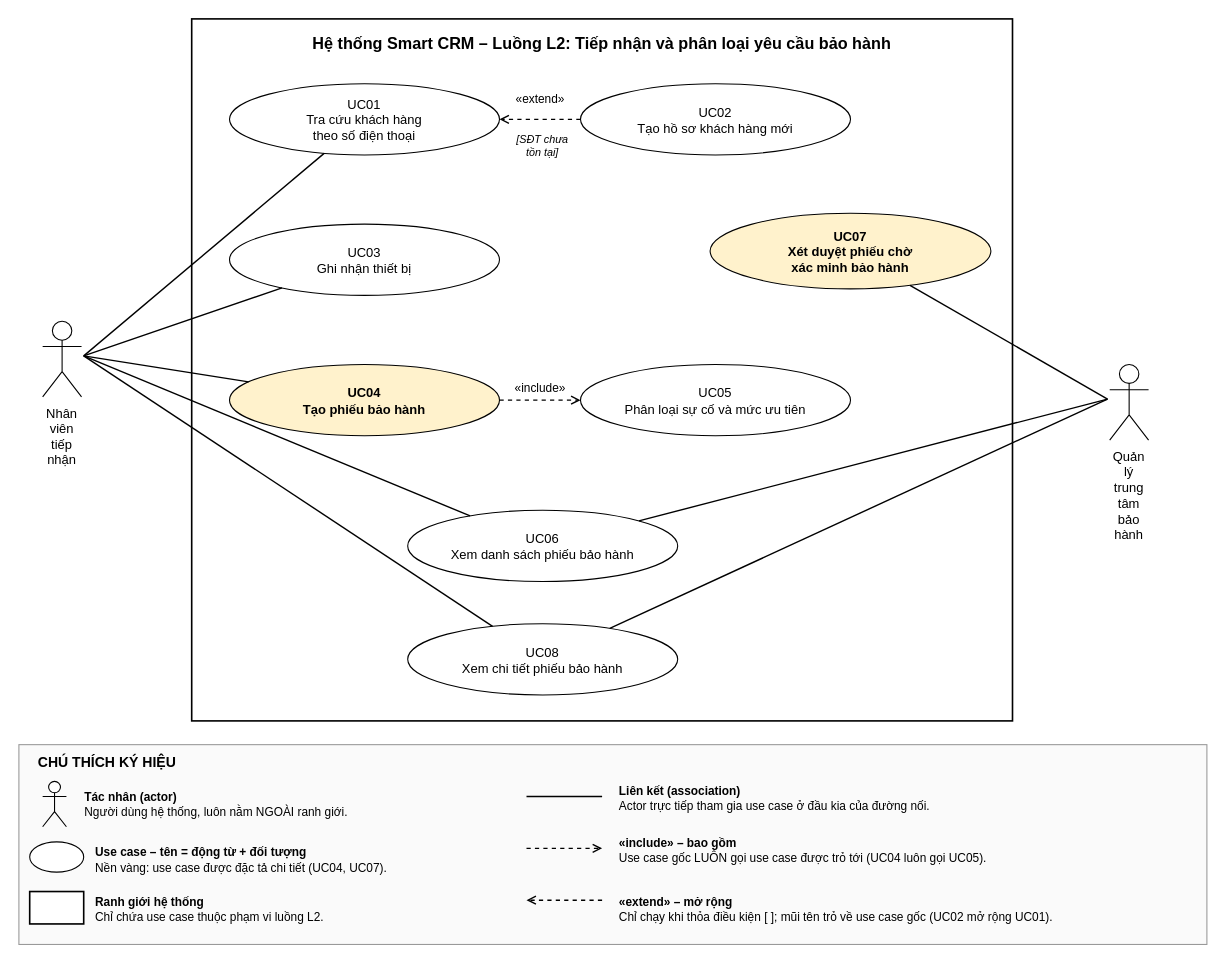
Earlier version of the draw.io diagram docs/usecase.drawio (Htuan0901/cdtn1-nguyenhoangtuan-l2). Source tidied: cells renumbered, new cells numbered last; positions are measured from the earlier drawing's top-left corner, leaving out a move shared by most shapes. Both pictures are drawn from the tidied source at 108%, with x=0, y=0 at pixel (18, 18).
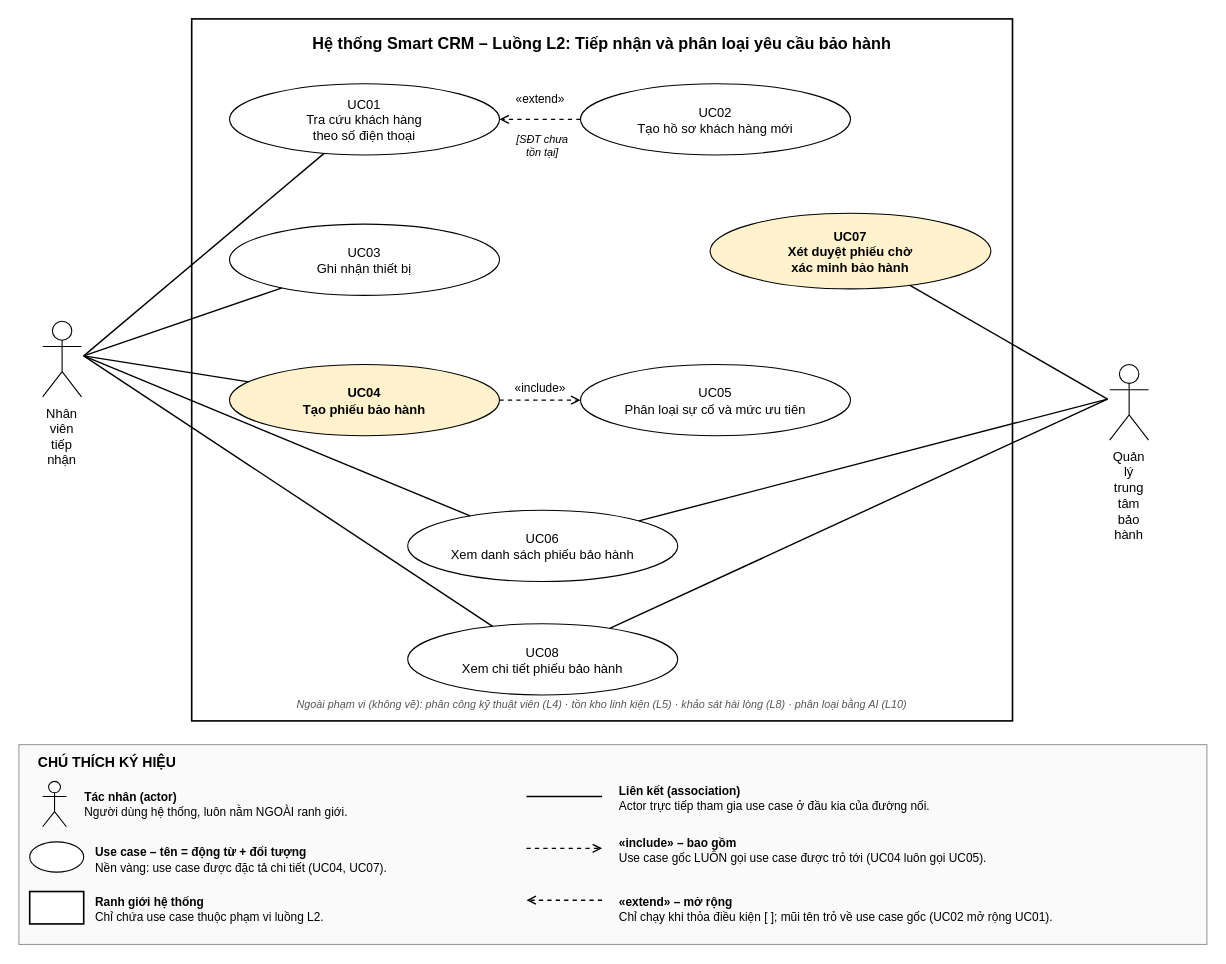
After the change.

Diff of the diagram source:
```diff
@@
+    <mxCell id="41" value="Ngoài phạm vi (không vẽ): phân công kỹ thuật viên (L4) · tồn kho linh kiện (L5) · khảo sát hài lòng (L8) · phân loại bằng AI (L10)" style="whiteSpace=wrap;html=1;rounded=0;fillColor=none;strokeColor=none;strokeWidth=1;fontSize=10;fontFamily=Helvetica;fontColor=#555555;fontStyle=2;align=center;verticalAlign=middle;spacingLeft=4;spacingRight=4;spacingTop=2;" parent="1" vertex="1">
+      <mxGeometry x="165" y="622" width="750" height="24" as="geometry" />
+    </mxCell>
```
